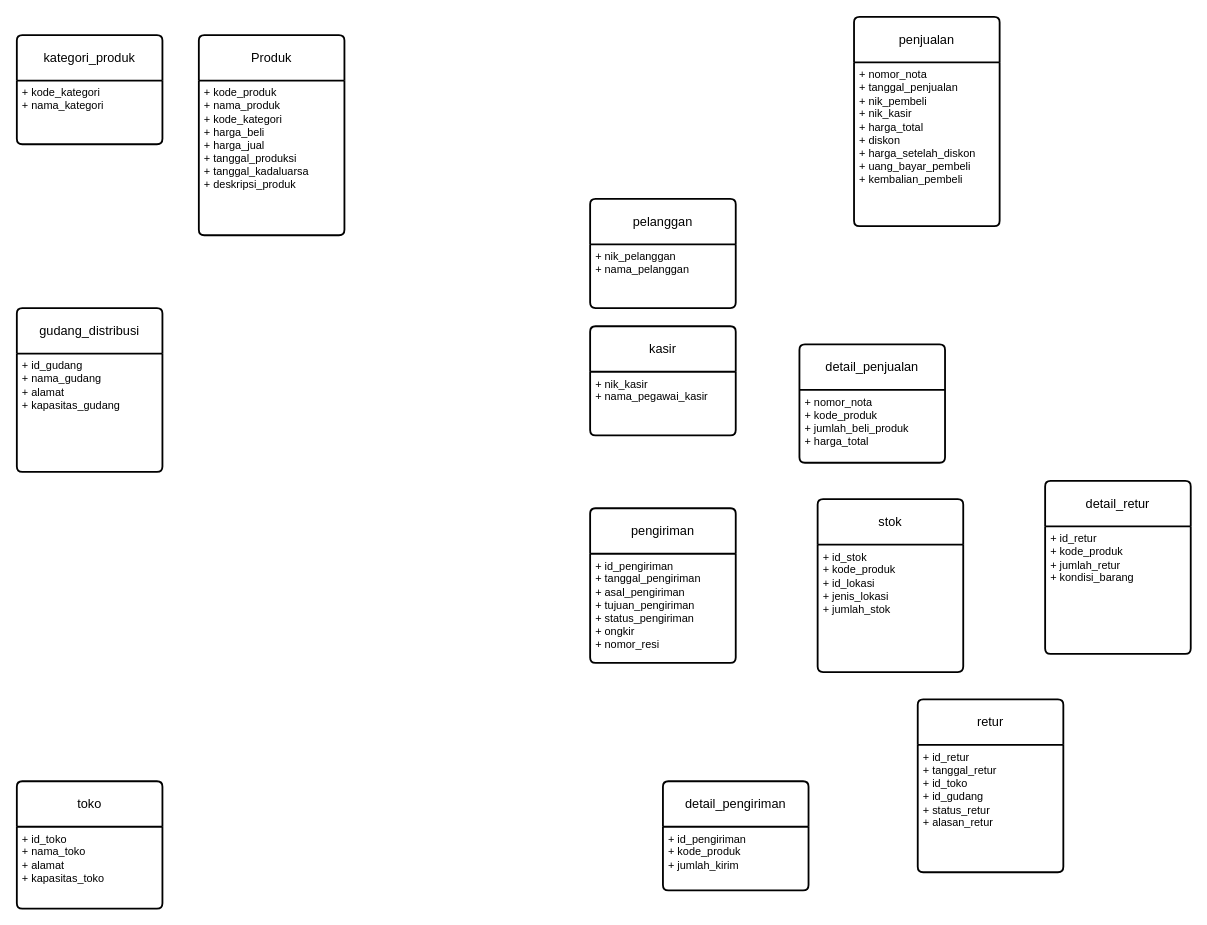
This is pertemuan5.drawio from yohanCod3/contact-us-display, a draw.io file, before an edit. Source tidied: cells renumbered, new cells numbered last; positions are measured from the earlier drawing's top-left corner, leaving out a move shared by most shapes. Both pictures are drawn from the tidied source at 91%, with x=0, y=0 at pixel (16, 16).
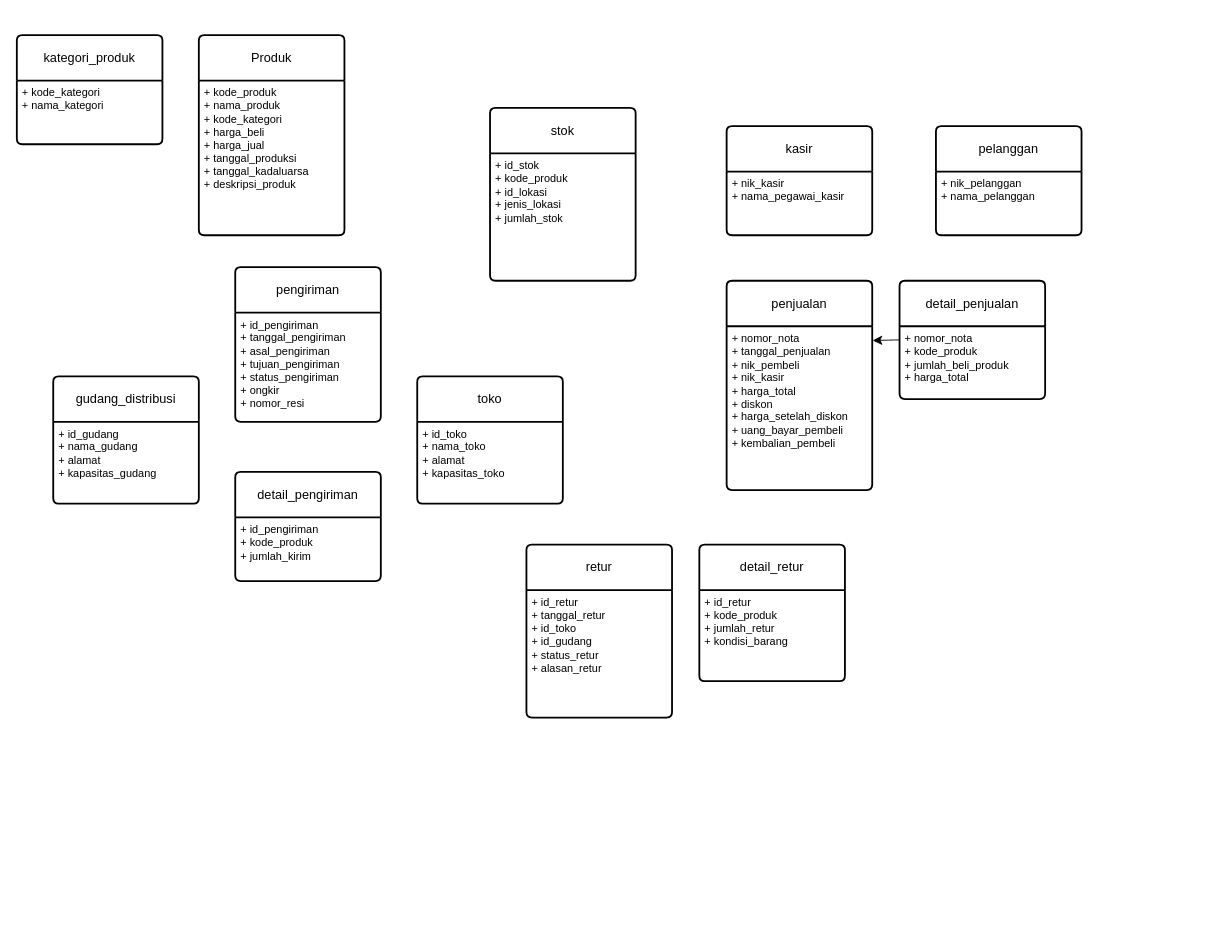
Above is the later version.

The change refers to these unchanged cells:
```xml
<mxCell id="11" value="+ nomor_nota&lt;div&gt;+ tanggal_penjualan&lt;/div&gt;&lt;div&gt;+ nik_pembeli&lt;/div&gt;&lt;div&gt;+ nik_kasir&lt;/div&gt;&lt;div&gt;+ harga_total&lt;/div&gt;&lt;div&gt;+ diskon&lt;/div&gt;&lt;div&gt;+ harga_setelah_diskon&lt;br&gt;+ uang_bayar_pembeli&lt;br&gt;+ kembalian_pembeli&lt;/div&gt;" style="align=left;strokeColor=none;fillColor=none;spacingLeft=4;spacingRight=4;fontSize=12;verticalAlign=top;html=1;whiteSpace=wrap;" parent="10" vertex="1">
  <mxGeometry y="50" width="160" height="180" as="geometry" />
</mxCell>
```

What changed in the source:
```diff
@@
     <mxCell id="6" value="gudang_distribusi" style="swimlane;horizontal=1;startSize=50;rounded=1;fontSize=14;fontStyle=0;strokeWidth=2;shadow=0;dashed=0;align=center;arcSize=4;whiteSpace=wrap;html=1;" parent="1" vertex="1">
-      <mxGeometry y="320" width="160" height="180" as="geometry" />
+      <mxGeometry x="40" y="395" width="160" height="140" as="geometry" />
     </mxCell>
     <mxCell id="7" value="+ id_gudang&lt;div&gt;+ nama_gudang&lt;br&gt;+ alamat&lt;br&gt;+ kapasitas_gudang&lt;/div&gt;" style="align=left;strokeColor=none;fillColor=none;spacingLeft=4;spacingRight=4;fontSize=12;verticalAlign=top;html=1;whiteSpace=wrap;" parent="6" vertex="1">
-      <mxGeometry y="50" width="160" height="130" as="geometry" />
+      <mxGeometry y="50" width="160" height="90" as="geometry" />
     </mxCell>
     <mxCell id="8" value="toko" style="swimlane;horizontal=1;startSize=50;rounded=1;fontSize=14;fontStyle=0;strokeWidth=2;shadow=0;dashed=0;align=center;arcSize=4;whiteSpace=wrap;html=1;" parent="1" vertex="1">
-      <mxGeometry y="840" width="160" height="140" as="geometry" />
+      <mxGeometry x="440" y="395" width="160" height="140" as="geometry" />
     </mxCell>
@@
     <mxCell id="10" value="penjualan" style="swimlane;horizontal=1;startSize=50;rounded=1;fontSize=14;fontStyle=0;strokeWidth=2;shadow=0;dashed=0;align=center;arcSize=4;whiteSpace=wrap;html=1;" parent="1" vertex="1">
-      <mxGeometry x="920" width="160" height="230" as="geometry" />
+      <mxGeometry x="780" y="290" width="160" height="230" as="geometry" />
     </mxCell>
@@
     <mxCell id="12" value="pelanggan" style="swimlane;horizontal=1;startSize=50;rounded=1;fontSize=14;fontStyle=0;strokeWidth=2;shadow=0;dashed=0;align=center;arcSize=4;whiteSpace=wrap;html=1;" parent="1" vertex="1">
-      <mxGeometry x="630" y="200" width="160" height="120" as="geometry" />
+      <mxGeometry x="1010" y="120" width="160" height="120" as="geometry" />
     </mxCell>
@@
     <mxCell id="14" value="detail_penjualan" style="swimlane;horizontal=1;startSize=50;rounded=1;fontSize=14;fontStyle=0;strokeWidth=2;shadow=0;dashed=0;align=center;arcSize=4;whiteSpace=wrap;html=1;" parent="1" vertex="1">
-      <mxGeometry x="860" y="360" width="160" height="130" as="geometry" />
+      <mxGeometry x="970" y="290" width="160" height="130" as="geometry" />
     </mxCell>
@@
     <mxCell id="16" value="kasir" style="swimlane;horizontal=1;startSize=50;rounded=1;fontSize=14;fontStyle=0;strokeWidth=2;shadow=0;dashed=0;align=center;arcSize=4;whiteSpace=wrap;html=1;" parent="1" vertex="1">
-      <mxGeometry x="630" y="340" width="160" height="120" as="geometry" />
+      <mxGeometry x="780" y="120" width="160" height="120" as="geometry" />
     </mxCell>
@@
     <mxCell id="18" value="pengiriman" style="swimlane;horizontal=1;startSize=50;rounded=1;fontSize=14;fontStyle=0;strokeWidth=2;shadow=0;dashed=0;align=center;arcSize=4;whiteSpace=wrap;html=1;" parent="1" vertex="1">
-      <mxGeometry x="630" y="540" width="160" height="170" as="geometry" />
+      <mxGeometry x="240" y="275" width="160" height="170" as="geometry" />
     </mxCell>
@@
     <mxCell id="20" value="detail_pengiriman" style="swimlane;horizontal=1;startSize=50;rounded=1;fontSize=14;fontStyle=0;strokeWidth=2;shadow=0;dashed=0;align=center;arcSize=4;whiteSpace=wrap;html=1;" parent="1" vertex="1">
-      <mxGeometry x="710" y="840" width="160" height="120" as="geometry" />
+      <mxGeometry x="240" y="500" width="160" height="120" as="geometry" />
     </mxCell>
@@
     <mxCell id="22" value="stok" style="swimlane;horizontal=1;startSize=50;rounded=1;fontSize=14;fontStyle=0;strokeWidth=2;shadow=0;dashed=0;align=center;arcSize=4;whiteSpace=wrap;html=1;" parent="1" vertex="1">
-      <mxGeometry x="880" y="530" width="160" height="190" as="geometry" />
+      <mxGeometry x="520" y="100" width="160" height="190" as="geometry" />
     </mxCell>
@@
     <mxCell id="24" value="retur" style="swimlane;horizontal=1;startSize=50;rounded=1;fontSize=14;fontStyle=0;strokeWidth=2;shadow=0;dashed=0;align=center;arcSize=4;whiteSpace=wrap;html=1;" parent="1" vertex="1">
-      <mxGeometry x="990" y="750" width="160" height="190" as="geometry" />
+      <mxGeometry x="560" y="580" width="160" height="190" as="geometry" />
     </mxCell>
@@
     <mxCell id="26" value="detail_retur" style="swimlane;horizontal=1;startSize=50;rounded=1;fontSize=14;fontStyle=0;strokeWidth=2;shadow=0;dashed=0;align=center;arcSize=4;whiteSpace=wrap;html=1;" parent="1" vertex="1">
-      <mxGeometry x="1130" y="510" width="160" height="190" as="geometry" />
+      <mxGeometry x="750" y="580" width="160" height="150" as="geometry" />
     </mxCell>
     <mxCell id="27" value="+ id_retur&lt;div&gt;+ kode_produk&lt;br&gt;+ jumlah_retur&lt;/div&gt;&lt;div&gt;+ kondisi_barang&lt;/div&gt;" style="align=left;strokeColor=none;fillColor=none;spacingLeft=4;spacingRight=4;fontSize=12;verticalAlign=top;html=1;whiteSpace=wrap;" parent="26" vertex="1">
-      <mxGeometry y="50" width="160" height="140" as="geometry" />
+      <mxGeometry y="50" width="160" height="100" as="geometry" />
     </mxCell>
+    <mxCell id="28" style="edgeStyle=none;curved=1;rounded=0;jettySize=auto;html=1;exitX=0;exitY=0.5;exitDx=0;exitDy=0;entryX=1.003;entryY=0.087;entryDx=0;entryDy=0;entryPerimeter=0;fontSize=12;startSize=8;endSize=8;" parent="1" edge="1" source="14" target="11">
+      <mxGeometry relative="1" as="geometry" />
+    </mxCell>
```
